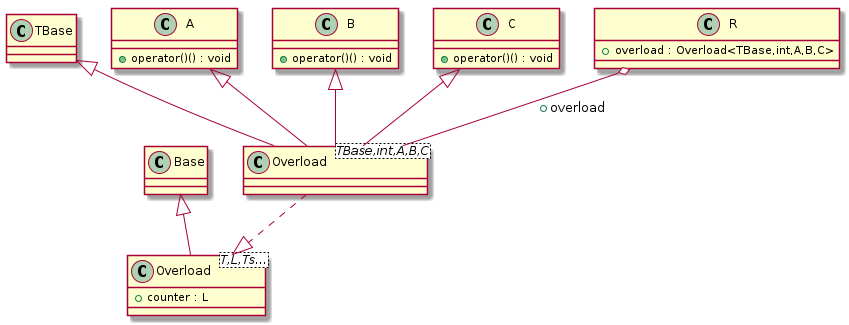
This is docs/test_cases/t00032_class.png from bkryza/clang-uml, a PlantUML export, as it was before one commit. The source it was exported from:
```plantuml
@startuml
class "Base" as C_0000000419

class "TBase" as C_0000000421

class "A" as C_0000000423

class "B" as C_0000000425

class "C" as C_0000000427

class "Overload<T,L,Ts...>" as C_0000000429

class "Overload<TBase,int,A,B,C>" as C_0000000432

class "R" as C_0000000431

class C_0000000419 {
}

class C_0000000421 {
}

class C_0000000423 {
+operator()() : void
}

class C_0000000425 {
+operator()() : void
}

class C_0000000427 {
+operator()() : void
}

class C_0000000429 {
+counter : L
}
C_0000000419 <|-- C_0000000429

class C_0000000432 {
}
C_0000000421 <|-- C_0000000432
C_0000000423 <|-- C_0000000432
C_0000000425 <|-- C_0000000432
C_0000000427 <|-- C_0000000432
C_0000000432 ..|> C_0000000429

class C_0000000431 {
+overload : Overload<TBase,int,A,B,C>
}
C_0000000431 o-- C_0000000432 : +overload

@enduml
```
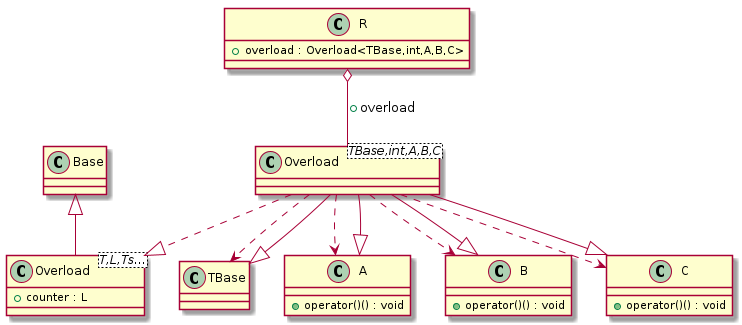
After the commit.

Diff of the diagram source:
```diff
@@ -44,6 +44,10 @@
 C_0000000423 <|-- C_0000000432
 C_0000000425 <|-- C_0000000432
 C_0000000427 <|-- C_0000000432
+C_0000000432 ..> C_0000000421
+C_0000000432 ..> C_0000000423
+C_0000000432 ..> C_0000000425
+C_0000000432 ..> C_0000000427
 C_0000000432 ..|> C_0000000429
 
 class C_0000000431 {
```
